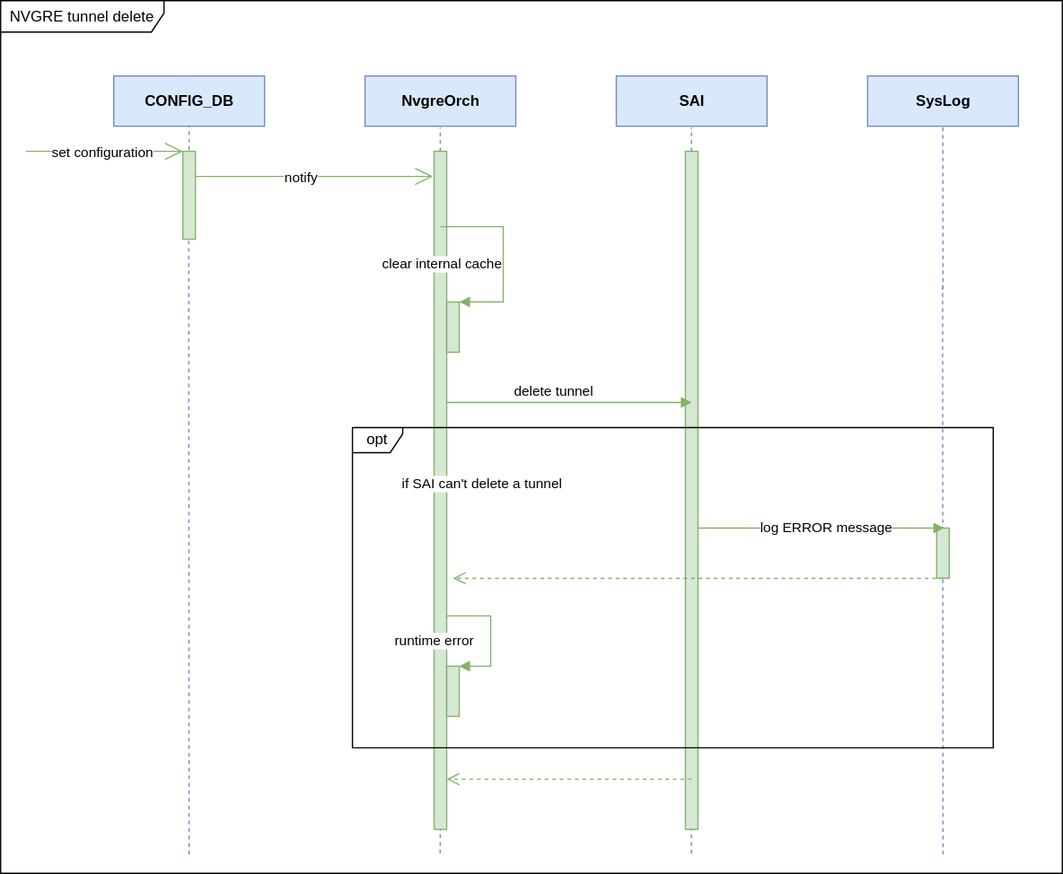
Earlier version of the draw.io export doc/nvgre_tunnel/images/nvgre_tunnel_delete_uml.svg (sonic-net/SONiC). Source tidied: cells renumbered, new cells last; positions are measured from the earlier drawing's top-left corner, leaving out a move shared by most shapes.
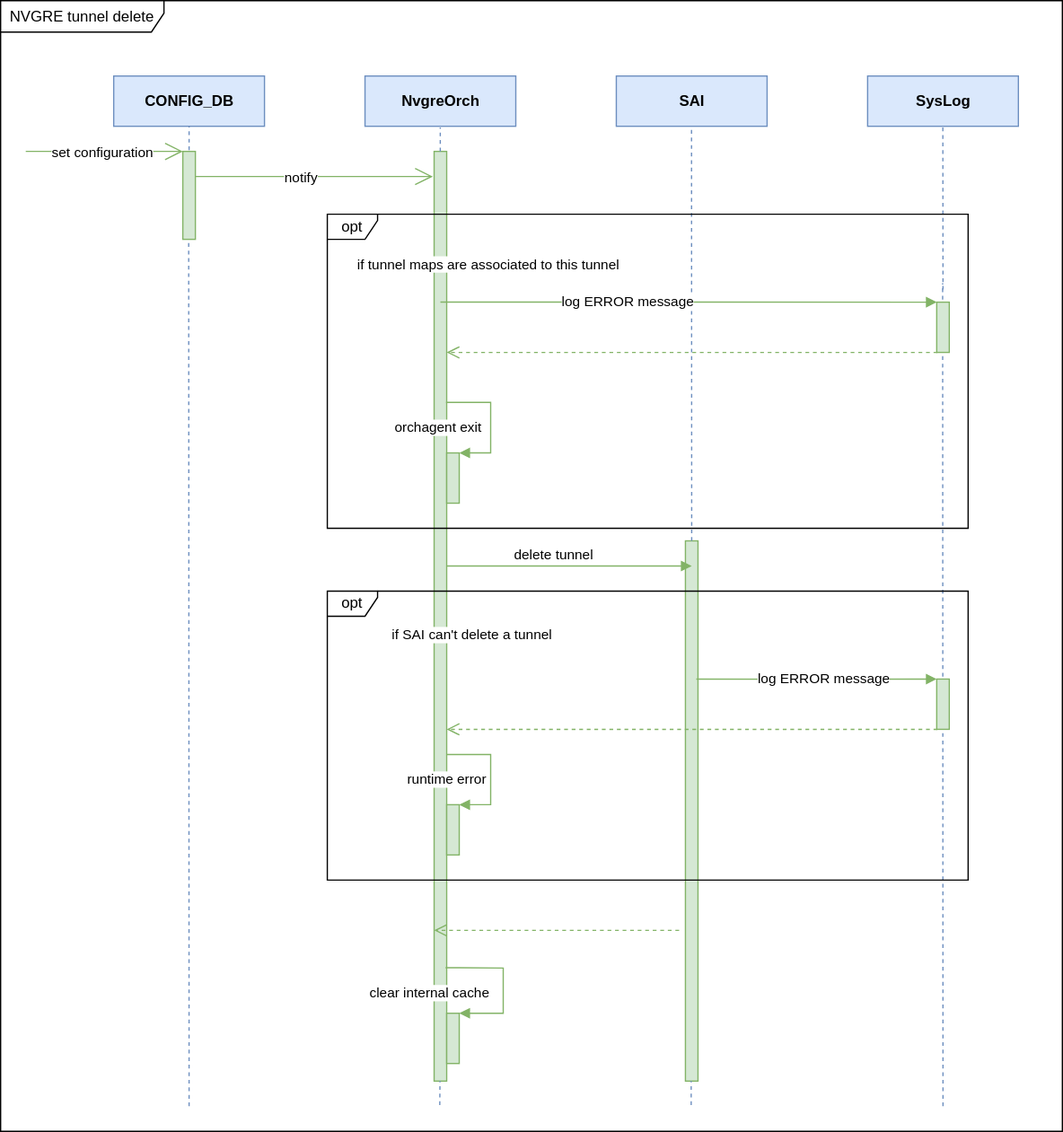
Above is the later version.

Change to the diagram source:
```diff
@@ -26,7 +26,7 @@
       </mxGeometry>
     </mxCell>
     <mxCell id="8" style="html=1;points=[];perimeter=orthogonalPerimeter;fillColor=#d5e8d4;strokeColor=#82b366;" parent="1" vertex="1">
-      <mxGeometry x="345" y="120" width="10" height="540" as="geometry" />
+      <mxGeometry x="345" y="120" width="10" height="740" as="geometry" />
     </mxCell>
     <mxCell id="9" style="endArrow=open;endFill=1;endSize=12;html=1;fillColor=#d5e8d4;strokeColor=#82b366;" parent="1" edge="1">
       <mxGeometry relative="1" as="geometry">
@@ -40,7 +40,7 @@
       </mxGeometry>
     </mxCell>
     <mxCell id="11" style="html=1;points=[];perimeter=orthogonalPerimeter;fillColor=#d5e8d4;strokeColor=#82b366;" parent="1" vertex="1">
-      <mxGeometry x="545" y="120" width="10" height="540" as="geometry" />
+      <mxGeometry x="545" y="430" width="10" height="430" as="geometry" />
     </mxCell>
     <mxCell id="12" value="&lt;b&gt;SysLog&lt;/b&gt;" style="html=1;fillColor=#dae8fc;strokeColor=#6c8ebf;" parent="1" vertex="1">
       <mxGeometry x="690" y="60" width="120" height="40" as="geometry" />
@@ -59,7 +59,7 @@
     </mxCell>
     <mxCell id="15" style="endArrow=none;dashed=1;html=1;shadow=0;fillColor=#dae8fc;strokeColor=#6c8ebf;" parent="1" edge="1">
       <mxGeometry relative="1" as="geometry">
-        <mxPoint x="549.9" y="120" as="sourcePoint" />
+        <mxPoint x="550" y="430" as="sourcePoint" />
         <mxPoint x="549.9" y="101" as="targetPoint" />
       </mxGeometry>
     </mxCell>
@@ -71,96 +71,127 @@
     </mxCell>
     <mxCell id="17" style="endArrow=none;dashed=1;html=1;shadow=0;fillColor=#dae8fc;strokeColor=#6c8ebf;" parent="1" edge="1">
       <mxGeometry relative="1" as="geometry">
-        <mxPoint x="750" y="680" as="sourcePoint" />
+        <mxPoint x="750" y="880" as="sourcePoint" />
         <mxPoint x="749.7" y="225" as="targetPoint" />
       </mxGeometry>
     </mxCell>
     <mxCell id="18" style="endArrow=none;dashed=1;html=1;shadow=0;fillColor=#dae8fc;strokeColor=#6c8ebf;entryX=0.467;entryY=1.018;entryDx=0;entryDy=0;entryPerimeter=0;" parent="1" edge="1" target="5">
       <mxGeometry relative="1" as="geometry">
-        <mxPoint x="150" y="680" as="sourcePoint" />
+        <mxPoint x="150" y="880" as="sourcePoint" />
       </mxGeometry>
     </mxCell>
     <mxCell id="19" style="endArrow=none;dashed=1;html=1;shadow=0;fillColor=#dae8fc;strokeColor=#6c8ebf;" parent="1" edge="1">
       <mxGeometry relative="1" as="geometry">
-        <mxPoint x="349.8" y="679" as="sourcePoint" />
-        <mxPoint x="349.8" y="660" as="targetPoint" />
+        <mxPoint x="349.5" y="879" as="sourcePoint" />
+        <mxPoint x="349.5" y="860" as="targetPoint" />
         <Array as="points">
-          <mxPoint x="349.9" y="660" />
+          <mxPoint x="349.7" y="860" />
         </Array>
       </mxGeometry>
     </mxCell>
     <mxCell id="20" style="endArrow=none;dashed=1;html=1;shadow=0;fillColor=#dae8fc;strokeColor=#6c8ebf;" parent="1" edge="1">
       <mxGeometry relative="1" as="geometry">
-        <mxPoint x="549.8" y="679" as="sourcePoint" />
-        <mxPoint x="549.8" y="660" as="targetPoint" />
+        <mxPoint x="549.6" y="879" as="sourcePoint" />
+        <mxPoint x="549.6" y="860" as="targetPoint" />
       </mxGeometry>
     </mxCell>
     <mxCell id="21" value="NVGRE tunnel delete" style="shape=umlFrame;whiteSpace=wrap;html=1;fillColor=#FFFFFF;width=130;height=25;" parent="1" vertex="1">
-      <mxGeometry width="845" height="695" as="geometry" />
+      <mxGeometry width="845" height="900" as="geometry" />
     </mxCell>
     <mxCell id="22" style="html=1;points=[];perimeter=orthogonalPerimeter;fillColor=#d5e8d4;strokeColor=#82b366;" parent="1" vertex="1">
-      <mxGeometry x="355" y="240" width="10" height="40" as="geometry" />
+      <mxGeometry x="355" y="806" width="10" height="40" as="geometry" />
     </mxCell>
-    <mxCell id="23" value="clear internal cache" style="edgeStyle=orthogonalEdgeStyle;html=1;align=left;spacingLeft=2;endArrow=block;rounded=0;entryX=1;entryY=0;fillColor=#d5e8d4;strokeColor=#82b366;" parent="1" edge="1" target="22">
-      <mxGeometry x="-1" y="-58" relative="1" as="geometry">
-        <mxPoint x="350" y="180" as="sourcePoint" />
+    <mxCell id="23" value="clear internal cache" style="edgeStyle=orthogonalEdgeStyle;html=1;align=left;spacingLeft=2;endArrow=block;rounded=0;entryX=1;entryY=0;fillColor=#d5e8d4;strokeColor=#82b366;exitX=0.912;exitY=0.878;exitDx=0;exitDy=0;exitPerimeter=0;" parent="1" edge="1" source="8" target="22">
+      <mxGeometry x="-1" y="-67" relative="1" as="geometry">
         <Array as="points">
-          <mxPoint x="400" y="180" />
-          <mxPoint x="400" y="240" />
+          <mxPoint x="365" y="770" />
+          <mxPoint x="400" y="770" />
+          <mxPoint x="400" y="806" />
         </Array>
-        <mxPoint x="-50" y="-28" as="offset" />
+        <mxPoint x="-64" y="-47" as="offset" />
       </mxGeometry>
     </mxCell>
     <mxCell id="24" value="delete tunnel" style="html=1;verticalAlign=bottom;endArrow=block;fillColor=#d5e8d4;strokeColor=#82b366;" parent="1" edge="1">
       <mxGeometry x="-0.13" relative="1" as="geometry">
-        <mxPoint x="355" y="320" as="sourcePoint" />
-        <mxPoint x="550" y="320" as="targetPoint" />
+        <mxPoint x="355" y="450" as="sourcePoint" />
+        <mxPoint x="550" y="450" as="targetPoint" />
       </mxGeometry>
     </mxCell>
     <mxCell id="25" style="html=1;verticalAlign=bottom;endArrow=open;dashed=1;endSize=8;fillColor=#d5e8d4;strokeColor=#82b366;" parent="1" edge="1">
       <mxGeometry relative="1" as="geometry">
-        <mxPoint x="550" y="620" as="sourcePoint" />
-        <mxPoint x="355" y="620" as="targetPoint" />
+        <mxPoint x="540" y="740" as="sourcePoint" />
+        <mxPoint x="345" y="740" as="targetPoint" />
       </mxGeometry>
     </mxCell>
     <mxCell id="26" value="opt" style="shape=umlFrame;whiteSpace=wrap;html=1;width=40;height=20;fillColor=#FFFFFF;" parent="1" vertex="1">
-      <mxGeometry x="280" y="340" width="510" height="255" as="geometry" />
+      <mxGeometry x="260" y="170" width="510" height="250" as="geometry" />
     </mxCell>
     <mxCell id="27" style="html=1;perimeter=orthogonalPerimeter;fillColor=#d5e8d4;strokeColor=#82b366;" parent="1" vertex="1">
-      <mxGeometry x="745" y="420" width="10" height="40" as="geometry" />
+      <mxGeometry x="745" y="240" width="10" height="40" as="geometry" />
     </mxCell>
     <mxCell id="28" style="html=1;points=[];perimeter=orthogonalPerimeter;fillColor=#d5e8d4;strokeColor=#82b366;" parent="1" vertex="1">
-      <mxGeometry x="355" y="530" width="10" height="40" as="geometry" />
+      <mxGeometry x="355" y="640" width="10" height="40" as="geometry" />
     </mxCell>
-    <mxCell id="29" value="runtime error" style="edgeStyle=orthogonalEdgeStyle;html=1;align=left;spacingLeft=2;endArrow=block;rounded=0;entryX=1;entryY=0;fillColor=#d5e8d4;strokeColor=#82b366;exitX=1;exitY=0.689;exitDx=0;exitDy=0;exitPerimeter=0;" parent="1" edge="1" source="8" target="28">
-      <mxGeometry x="-1" y="48" relative="1" as="geometry">
+    <mxCell id="29" value="runtime error" style="edgeStyle=orthogonalEdgeStyle;html=1;align=left;spacingLeft=2;endArrow=block;rounded=0;entryX=1;entryY=0;fillColor=#d5e8d4;strokeColor=#82b366;" parent="1" edge="1" target="28">
+      <mxGeometry x="-0.9" y="-40" relative="1" as="geometry">
+        <mxPoint x="360" y="600" as="sourcePoint" />
         <Array as="points">
-          <mxPoint x="355" y="490" />
-          <mxPoint x="390" y="490" />
-          <mxPoint x="390" y="530" />
+          <mxPoint x="355" y="600" />
+          <mxPoint x="390" y="600" />
+          <mxPoint x="390" y="630" />
         </Array>
-        <mxPoint x="3" y="18" as="offset" />
+        <mxPoint x="-35" y="-20" as="offset" />
       </mxGeometry>
     </mxCell>
-    <mxCell id="30" value="log ERROR message" style="edgeStyle=orthogonalEdgeStyle;html=1;align=left;spacingLeft=2;endArrow=block;rounded=0;shadow=0;fillColor=#d5e8d4;strokeColor=#82b366;" parent="1" edge="1">
+    <mxCell id="30" value="log ERROR message" style="edgeStyle=orthogonalEdgeStyle;html=1;align=left;spacingLeft=2;endArrow=block;rounded=0;shadow=0;fillColor=#d5e8d4;strokeColor=#82b366;exitX=0.867;exitY=0.256;exitDx=0;exitDy=0;exitPerimeter=0;" parent="1" edge="1" source="11">
       <mxGeometry x="-0.53" relative="1" as="geometry">
-        <mxPoint x="555" y="420" as="sourcePoint" />
-        <mxPoint x="751" y="420" as="targetPoint" />
-        <Array as="points">
-          <mxPoint x="555" y="420" />
-        </Array>
+        <mxPoint x="745" y="540" as="targetPoint" />
       </mxGeometry>
     </mxCell>
     <mxCell id="31" style="html=1;verticalAlign=bottom;endArrow=open;dashed=1;endSize=8;shadow=0;fillColor=#d5e8d4;strokeColor=#82b366;" parent="1" edge="1">
       <mxGeometry relative="1" as="geometry">
-        <mxPoint x="750.5" y="460" as="sourcePoint" />
-        <mxPoint x="360" y="460" as="targetPoint" />
+        <mxPoint x="745.5" y="280" as="sourcePoint" />
+        <mxPoint x="355" y="280" as="targetPoint" />
       </mxGeometry>
     </mxCell>
     <mxCell id="32" value="if SAI can't delete a tunnel" style="edgeLabel;html=1;align=center;verticalAlign=middle;" parent="1" vertex="1">
-      <mxGeometry x="430" y="330" as="geometry">
+      <mxGeometry x="422.5" y="450" as="geometry">
         <mxPoint x="-48" y="55" as="offset" />
       </mxGeometry>
     </mxCell>
+    <mxCell id="33" value="if tunnel maps are associated to this tunnel" style="edgeLabel;html=1;align=center;verticalAlign=middle;" parent="1" vertex="1">
+      <mxGeometry x="435" y="155" as="geometry">
+        <mxPoint x="-48" y="55" as="offset" />
+      </mxGeometry>
+    </mxCell>
+    <mxCell id="34" value="log ERROR message" style="edgeStyle=orthogonalEdgeStyle;html=1;align=left;spacingLeft=2;endArrow=block;rounded=0;shadow=0;fillColor=#d5e8d4;strokeColor=#82b366;exitX=0.5;exitY=0.162;exitDx=0;exitDy=0;exitPerimeter=0;" parent="1" edge="1" source="8">
+      <mxGeometry x="-0.53" relative="1" as="geometry">
+        <mxPoint x="745" y="240" as="targetPoint" />
+      </mxGeometry>
+    </mxCell>
+    <mxCell id="35" style="html=1;perimeter=orthogonalPerimeter;fillColor=#d5e8d4;strokeColor=#82b366;" parent="1" vertex="1">
+      <mxGeometry x="745" y="540" width="10" height="40" as="geometry" />
+    </mxCell>
+    <mxCell id="36" style="html=1;verticalAlign=bottom;endArrow=open;dashed=1;endSize=8;shadow=0;fillColor=#d5e8d4;strokeColor=#82b366;" parent="1" edge="1">
+      <mxGeometry relative="1" as="geometry">
+        <mxPoint x="745.5" y="580" as="sourcePoint" />
+        <mxPoint x="355" y="580" as="targetPoint" />
+      </mxGeometry>
+    </mxCell>
+    <mxCell id="37" style="html=1;points=[];perimeter=orthogonalPerimeter;fillColor=#d5e8d4;strokeColor=#82b366;" parent="1" vertex="1">
+      <mxGeometry x="355" y="360" width="10" height="40" as="geometry" />
+    </mxCell>
+    <mxCell id="38" value="orchagent exit" style="edgeStyle=orthogonalEdgeStyle;html=1;align=left;spacingLeft=2;endArrow=block;rounded=0;entryX=1;entryY=0;fillColor=#d5e8d4;strokeColor=#82b366;exitX=0.948;exitY=0.27;exitDx=0;exitDy=0;exitPerimeter=0;" parent="1" edge="1" source="8" target="37">
+      <mxGeometry x="-1" y="-49" relative="1" as="geometry">
+        <Array as="points">
+          <mxPoint x="390" y="320" />
+          <mxPoint x="390" y="360" />
+        </Array>
+        <mxPoint x="-44" y="-29" as="offset" />
+      </mxGeometry>
+    </mxCell>
+    <mxCell id="39" value="opt" style="shape=umlFrame;whiteSpace=wrap;html=1;width=40;height=20;fillColor=#FFFFFF;" parent="1" vertex="1">
+      <mxGeometry x="260" y="470" width="510" height="230" as="geometry" />
+    </mxCell>
   </root>
 </mxGraphModel>
```
